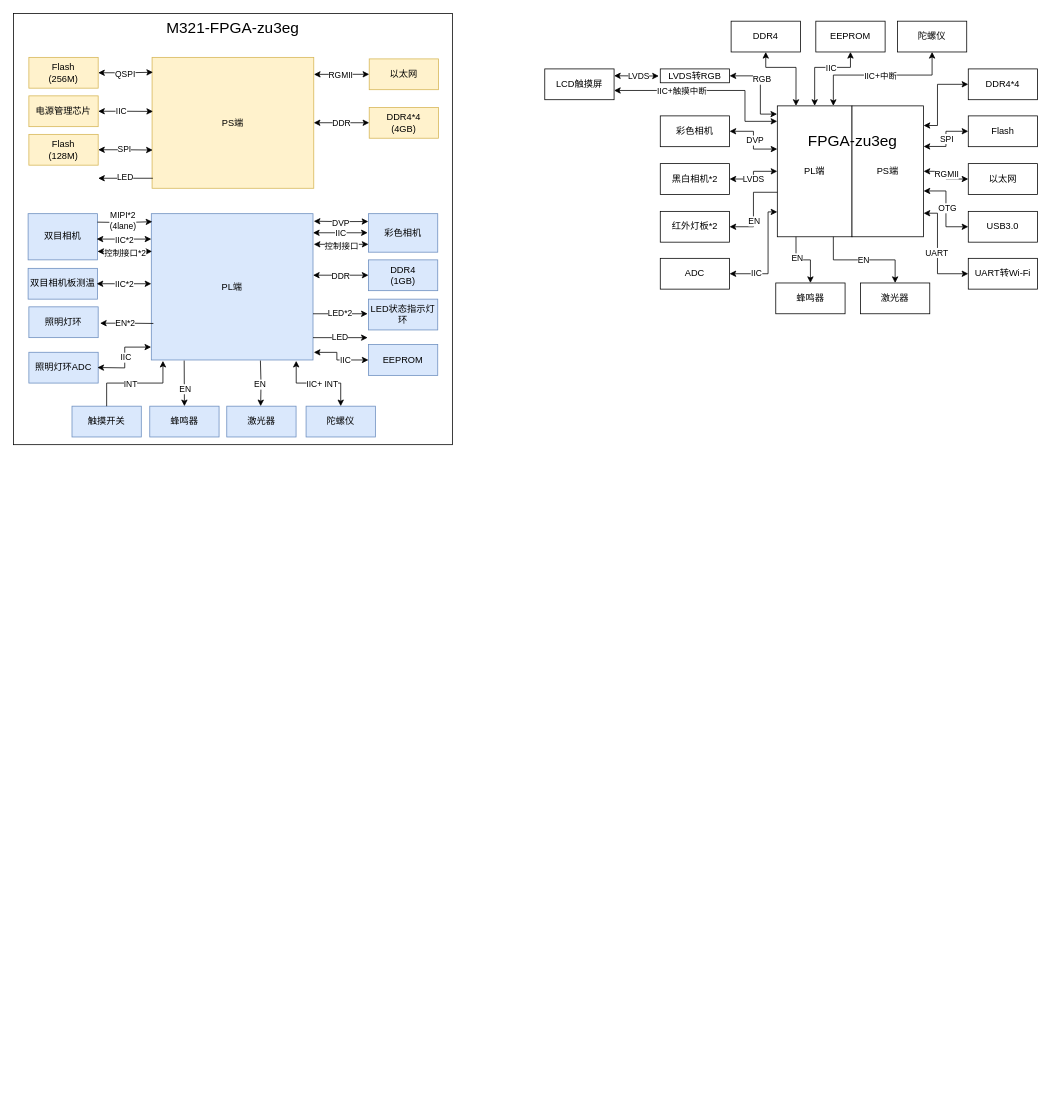
The draw.io diagram page "ame-光学定位仪" (7 of 7) of 框图.drawio in hjh0920/flow_chart, before the edit. Source tidied: cells renumbered, new cells numbered last; positions are measured from the earlier drawing's top-left corner, leaving out a move shared by most shapes. Both pictures are drawn from the tidied source at 77%, with x=0, y=0 at pixel (13, 13).
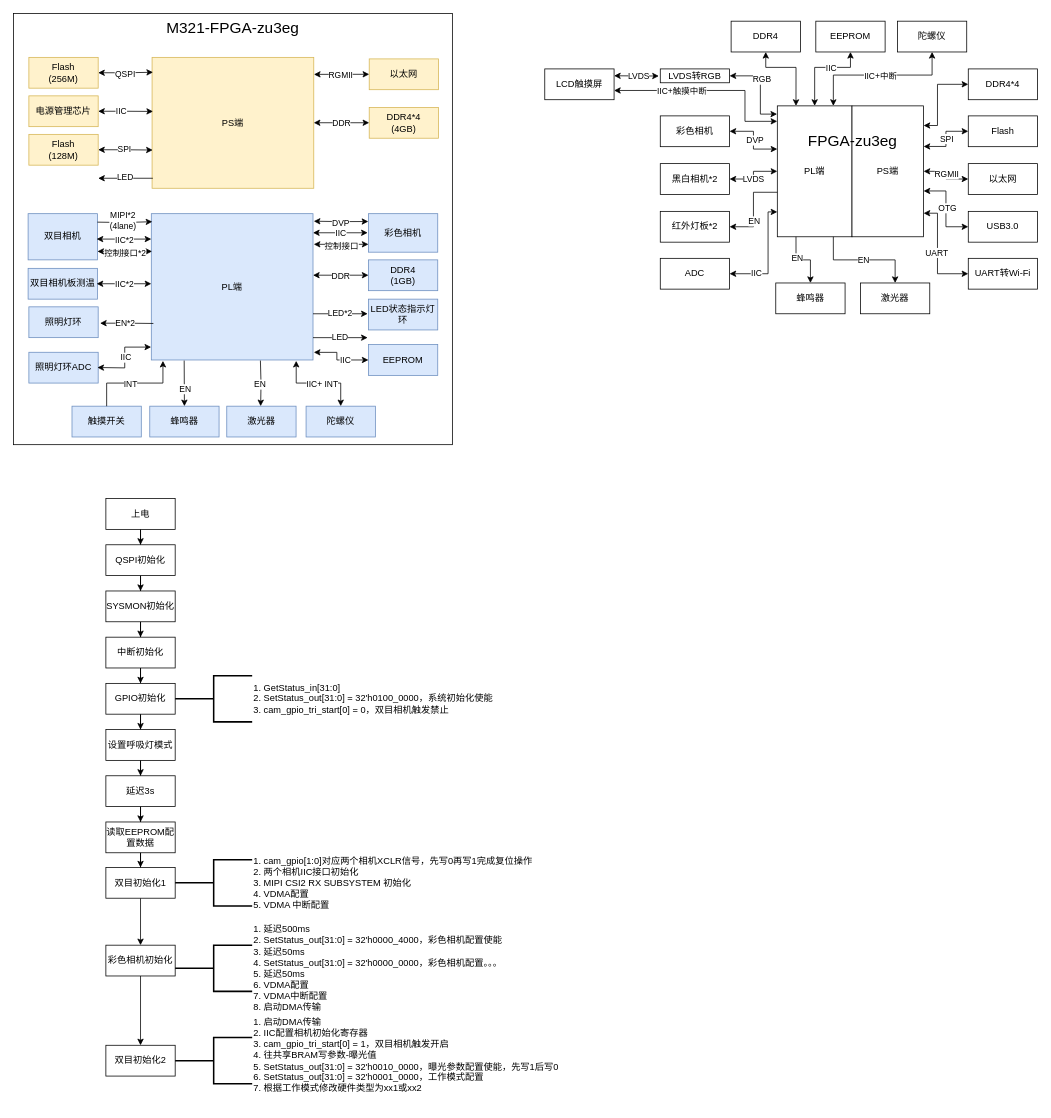
The same page after the edit.

Diff of the diagram source:
```diff
@@
+    <mxCell id="120" style="edgeStyle=orthogonalEdgeStyle;rounded=0;jettySize=auto;html=1;" parent="1" edge="1" source="121" target="123">
+      <mxGeometry relative="1" as="geometry" />
+    </mxCell>
+    <mxCell id="121" value="上电" style="rounded=0;whiteSpace=wrap;html=1;" parent="1" vertex="1">
+      <mxGeometry x="120" y="630" width="90" height="40" as="geometry" />
+    </mxCell>
+    <mxCell id="122" style="edgeStyle=orthogonalEdgeStyle;rounded=0;jettySize=auto;html=1;" parent="1" edge="1" source="123" target="125">
+      <mxGeometry relative="1" as="geometry" />
+    </mxCell>
+    <mxCell id="123" value="QSPI初始化" style="rounded=0;whiteSpace=wrap;html=1;" parent="1" vertex="1">
+      <mxGeometry x="120" y="690" width="90" height="40" as="geometry" />
+    </mxCell>
+    <mxCell id="124" style="edgeStyle=orthogonalEdgeStyle;rounded=0;jettySize=auto;html=1;" parent="1" edge="1" source="125" target="127">
+      <mxGeometry relative="1" as="geometry" />
+    </mxCell>
+    <mxCell id="125" value="SYSMON初始化" style="rounded=0;whiteSpace=wrap;html=1;" parent="1" vertex="1">
+      <mxGeometry x="120" y="750" width="90" height="40" as="geometry" />
+    </mxCell>
+    <mxCell id="126" style="edgeStyle=orthogonalEdgeStyle;rounded=0;jettySize=auto;html=1;" parent="1" edge="1" source="127" target="129">
+      <mxGeometry relative="1" as="geometry" />
+    </mxCell>
+    <mxCell id="127" value="中断初始化" style="rounded=0;whiteSpace=wrap;html=1;" parent="1" vertex="1">
+      <mxGeometry x="120" y="810" width="90" height="40" as="geometry" />
+    </mxCell>
+    <mxCell id="128" style="edgeStyle=orthogonalEdgeStyle;rounded=0;jettySize=auto;html=1;" parent="1" edge="1" source="129" target="132">
+      <mxGeometry relative="1" as="geometry" />
+    </mxCell>
+    <mxCell id="129" value="GPIO初始化" style="rounded=0;whiteSpace=wrap;html=1;" parent="1" vertex="1">
+      <mxGeometry x="120" y="870" width="90" height="40" as="geometry" />
+    </mxCell>
+    <mxCell id="130" value="1. GetStatus_in[31:0]&lt;div&gt;2. SetStatus_out[31:0] = 32'h0100_0000，系统初始化使能&lt;/div&gt;&lt;div&gt;3. cam_gpio_tri_start[0] = 0，双目相机触发禁止&lt;/div&gt;" style="strokeWidth=2;html=1;shape=mxgraph.flowchart.annotation_2;align=left;labelPosition=right;" parent="1" vertex="1">
+      <mxGeometry x="210" y="860" width="100" height="60" as="geometry" />
+    </mxCell>
+    <mxCell id="131" style="edgeStyle=orthogonalEdgeStyle;rounded=0;jettySize=auto;html=1;" parent="1" edge="1" source="132" target="134">
+      <mxGeometry relative="1" as="geometry" />
+    </mxCell>
+    <mxCell id="132" value="设置呼吸灯模式" style="rounded=0;whiteSpace=wrap;html=1;" parent="1" vertex="1">
+      <mxGeometry x="120" y="930" width="90" height="40" as="geometry" />
+    </mxCell>
+    <mxCell id="133" style="edgeStyle=orthogonalEdgeStyle;rounded=0;jettySize=auto;html=1;" parent="1" edge="1" source="134" target="136">
+      <mxGeometry relative="1" as="geometry" />
+    </mxCell>
+    <mxCell id="134" value="延迟3s" style="rounded=0;whiteSpace=wrap;html=1;" parent="1" vertex="1">
+      <mxGeometry x="120" y="990" width="90" height="40" as="geometry" />
+    </mxCell>
+    <mxCell id="135" style="edgeStyle=orthogonalEdgeStyle;rounded=0;jettySize=auto;html=1;" parent="1" edge="1" source="136" target="138">
+      <mxGeometry relative="1" as="geometry" />
+    </mxCell>
+    <mxCell id="136" value="读取EEPROM配置数据" style="rounded=0;whiteSpace=wrap;html=1;" parent="1" vertex="1">
+      <mxGeometry x="120" y="1050" width="90" height="40" as="geometry" />
+    </mxCell>
+    <mxCell id="137" style="edgeStyle=orthogonalEdgeStyle;rounded=0;jettySize=auto;html=1;" parent="1" edge="1" source="138" target="141">
+      <mxGeometry relative="1" as="geometry" />
+    </mxCell>
+    <mxCell id="138" value="双目初始化1" style="rounded=0;whiteSpace=wrap;html=1;" parent="1" vertex="1">
+      <mxGeometry x="120" y="1109" width="90" height="40" as="geometry" />
+    </mxCell>
+    <mxCell id="139" value="1. cam_gpio[1:0]对应两个相机XCLR信号，先写0再写1完成复位操作&lt;div&gt;2. 两个相机IIC接口初始化&lt;/div&gt;&lt;div&gt;3. MIPI CSI2 RX SUBSYSTEM 初始化&lt;/div&gt;&lt;div&gt;4. VDMA配置&lt;/div&gt;&lt;div&gt;5. VDMA 中断配置&lt;/div&gt;" style="strokeWidth=2;html=1;shape=mxgraph.flowchart.annotation_2;align=left;labelPosition=right;" parent="1" vertex="1">
+      <mxGeometry x="210" y="1099" width="100" height="60" as="geometry" />
+    </mxCell>
+    <mxCell id="140" style="edgeStyle=orthogonalEdgeStyle;rounded=0;jettySize=auto;html=1;" parent="1" edge="1" source="141" target="143">
+      <mxGeometry relative="1" as="geometry" />
+    </mxCell>
+    <mxCell id="141" value="彩色相机初始化" style="rounded=0;whiteSpace=wrap;html=1;" parent="1" vertex="1">
+      <mxGeometry x="120" y="1210" width="90" height="40" as="geometry" />
+    </mxCell>
+    <mxCell id="142" value="1. 延迟500ms&lt;div&gt;2. SetStatus_out[31:0] = 32'h0000_4000，彩色相机配置使能&lt;/div&gt;&lt;div&gt;3.&amp;nbsp;&lt;span style=&quot;background-color: transparent; color: light-dark(rgb(0, 0, 0), rgb(255, 255, 255));&quot;&gt;延迟50ms&lt;/span&gt;&lt;/div&gt;&lt;div&gt;&lt;span style=&quot;background-color: transparent; color: light-dark(rgb(0, 0, 0), rgb(255, 255, 255));&quot;&gt;4.&amp;nbsp;&lt;/span&gt;&lt;span style=&quot;background-color: transparent; color: light-dark(rgb(0, 0, 0), rgb(255, 255, 255));&quot;&gt;SetStatus_out[31:0] = 32'h0000_0000，彩色相机配置。。。&lt;/span&gt;&lt;/div&gt;&lt;div&gt;&lt;span style=&quot;background-color: transparent; color: light-dark(rgb(0, 0, 0), rgb(255, 255, 255));&quot;&gt;5. 延迟50ms&lt;/span&gt;&lt;/div&gt;&lt;div&gt;&lt;span style=&quot;background-color: transparent; color: light-dark(rgb(0, 0, 0), rgb(255, 255, 255));&quot;&gt;6. VDMA配置&lt;/span&gt;&lt;/div&gt;&lt;div&gt;&lt;span style=&quot;background-color: transparent; color: light-dark(rgb(0, 0, 0), rgb(255, 255, 255));&quot;&gt;7. VDMA中断配置&lt;/span&gt;&lt;/div&gt;&lt;div&gt;&lt;span style=&quot;background-color: transparent; color: light-dark(rgb(0, 0, 0), rgb(255, 255, 255));&quot;&gt;8. 启动DMA传输&lt;/span&gt;&lt;/div&gt;" style="strokeWidth=2;html=1;shape=mxgraph.flowchart.annotation_2;align=left;labelPosition=right;" parent="1" vertex="1">
+      <mxGeometry x="210" y="1210" width="100" height="60" as="geometry" />
+    </mxCell>
+    <mxCell id="143" value="双目初始化2" style="rounded=0;whiteSpace=wrap;html=1;" parent="1" vertex="1">
+      <mxGeometry x="120" y="1340" width="90" height="40" as="geometry" />
+    </mxCell>
+    <mxCell id="144" value="1. 启动DMA传输&lt;div&gt;2. IIC配置相机初始化寄存器&lt;/div&gt;&lt;div&gt;3. cam_gpio_tri_start[0] = 1，双目相机触发开启&lt;/div&gt;&lt;div&gt;4. 往共享BRAM写参数-曝光值&lt;/div&gt;&lt;div&gt;5.&amp;nbsp;&lt;span style=&quot;background-color: transparent; color: light-dark(rgb(0, 0, 0), rgb(255, 255, 255));&quot;&gt;SetStatus_out[31:0] = 32'h0010_0000，曝光参数配置使能，先写1后写0&lt;/span&gt;&lt;/div&gt;&lt;div&gt;&lt;span style=&quot;background-color: transparent; color: light-dark(rgb(0, 0, 0), rgb(255, 255, 255));&quot;&gt;6.&amp;nbsp;&lt;/span&gt;&lt;span style=&quot;background-color: transparent; color: light-dark(rgb(0, 0, 0), rgb(255, 255, 255));&quot;&gt;SetStatus_out[31:0] = 32'h0001_0000，工作模式配置&lt;/span&gt;&lt;/div&gt;&lt;div&gt;&lt;span style=&quot;background-color: transparent; color: light-dark(rgb(0, 0, 0), rgb(255, 255, 255));&quot;&gt;7. 根据工作模式修改硬件类型为xx1或xx2&lt;/span&gt;&lt;/div&gt;&lt;div&gt;&lt;span style=&quot;background-color: transparent; color: light-dark(rgb(0, 0, 0), rgb(255, 255, 255));&quot;&gt;&lt;br&gt;&lt;/span&gt;&lt;/div&gt;" style="strokeWidth=2;html=1;shape=mxgraph.flowchart.annotation_2;align=left;labelPosition=right;" parent="1" vertex="1">
+      <mxGeometry x="210" y="1330" width="100" height="60" as="geometry" />
+    </mxCell>
```
